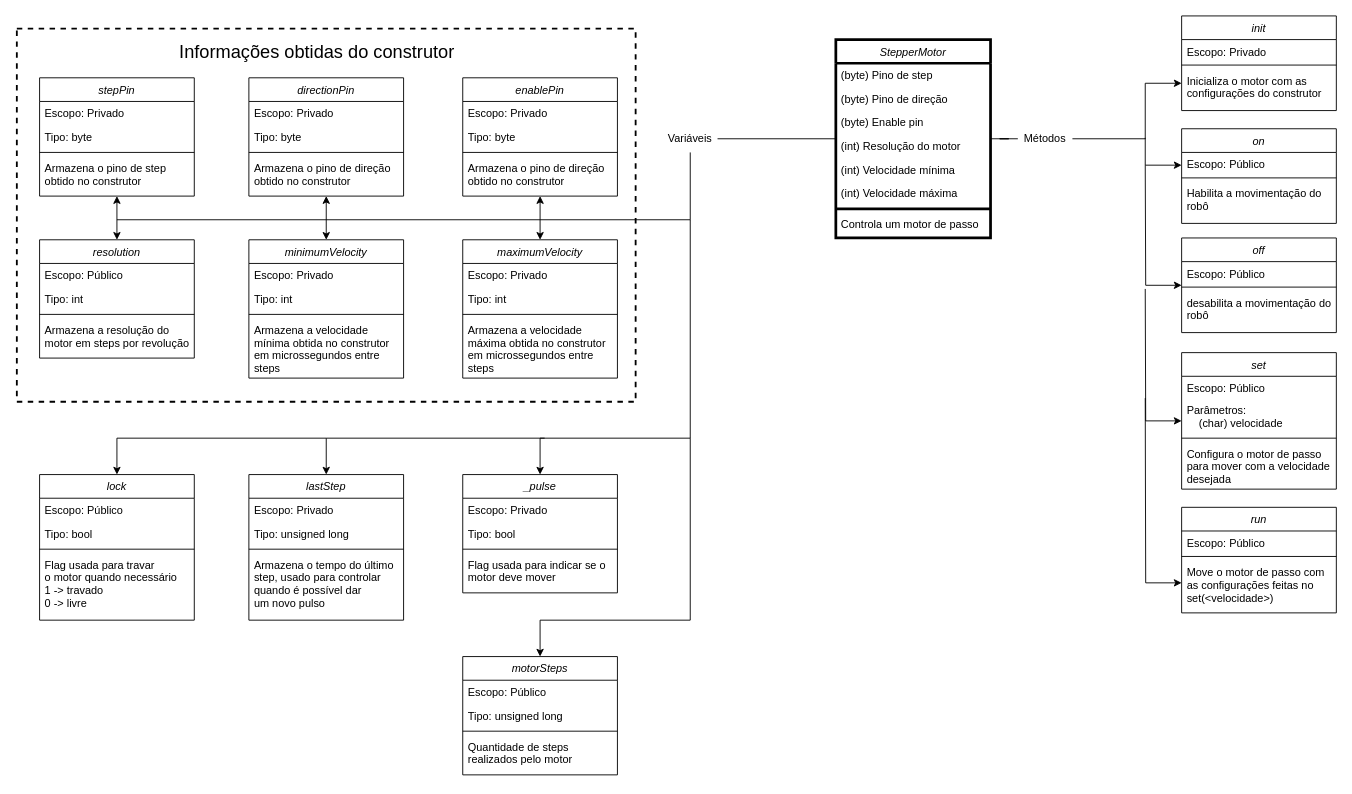
Above: ClassDiagrams/raw/StepperMotor.drawio in Eduardo-Barreto/VMRT-OBR-2022 (draw.io), before the change. Source tidied: cells renumbered, new cells numbered last; positions are measured from the earlier drawing's top-left corner, leaving out a move shared by most shapes. Both pictures are drawn from the tidied source at 91%, with x=0, y=0 at pixel (16, 15).
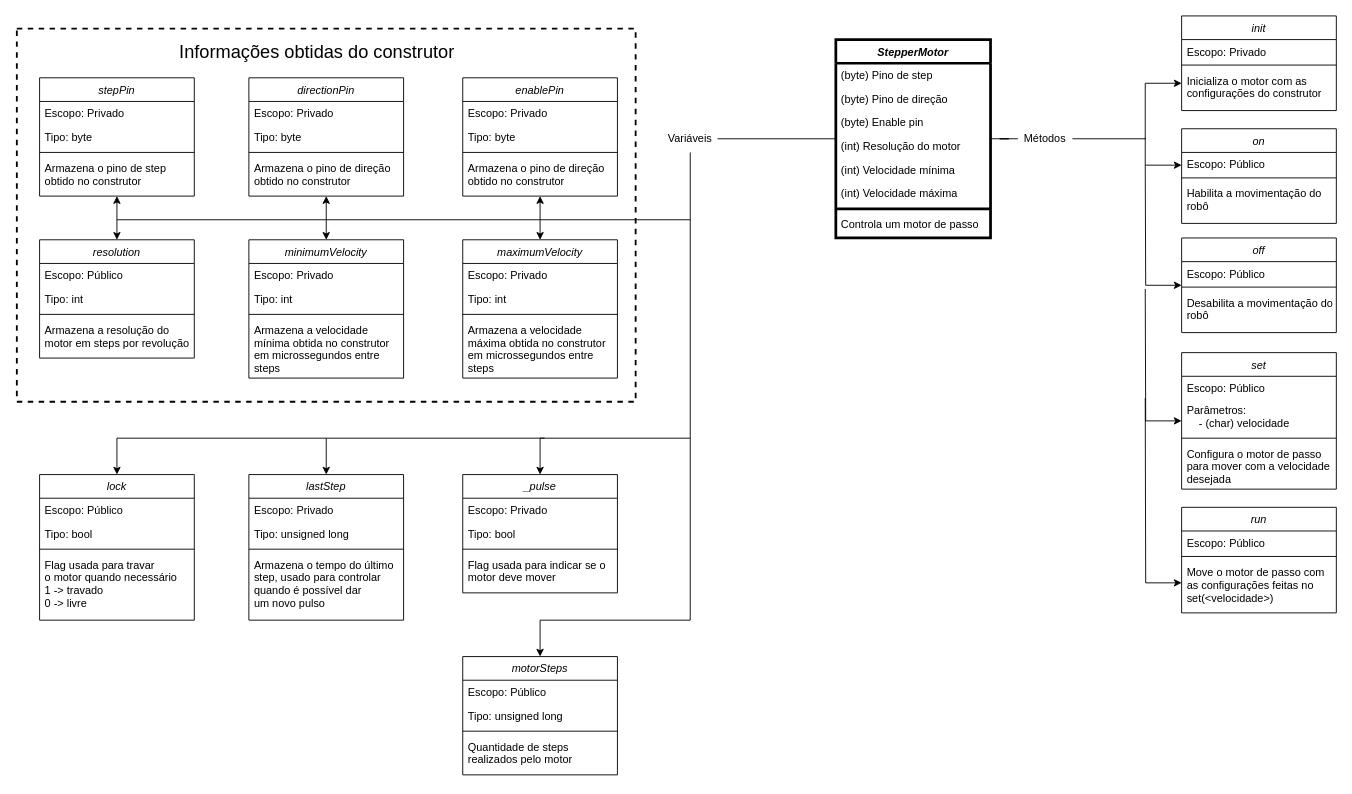
Above is the later version.

Commit message (it also covers changes not shown here):
add  light sensor class diagram

Unchanged cells that the change refers to:
```xml
<mxCell id="79" value="set" style="swimlane;fontStyle=2;align=center;verticalAlign=top;horizontal=1;startSize=26;rounded=0;shadow=0;strokeWidth=1;" parent="1" vertex="1">
  <mxGeometry x="1280" y="370" width="170" height="150" as="geometry" />
</mxCell>
<mxCell id="94" value="off" style="swimlane;fontStyle=2;align=center;verticalAlign=top;horizontal=1;startSize=26;rounded=0;shadow=0;strokeWidth=1;" parent="1" vertex="1">
  <mxGeometry x="1280" y="244" width="170" height="104" as="geometry" />
</mxCell>
```

What changed in the source:
```diff
@@
-    <mxCell id="4" value="StepperMotor" style="swimlane;fontStyle=2;align=center;verticalAlign=top;horizontal=1;startSize=26;rounded=0;shadow=0;strokeWidth=3;" parent="1" vertex="1">
+    <mxCell id="4" value="StepperMotor" style="swimlane;fontStyle=3;align=center;verticalAlign=top;horizontal=1;startSize=26;rounded=0;shadow=0;strokeWidth=3;" parent="1" vertex="1">
       <mxGeometry x="900" y="26" width="170" height="218" as="geometry" />
     </mxCell>
@@
-    <mxCell id="81" value="Parâmetros: &#10;    (char) velocidade" style="text;align=left;verticalAlign=top;spacingLeft=4;spacingRight=4;overflow=hidden;rounded=0;shadow=0;html=0;" parent="79" vertex="1">
+    <mxCell id="81" value="Parâmetros: &#10;    - (char) velocidade" style="text;align=left;verticalAlign=top;spacingLeft=4;spacingRight=4;overflow=hidden;rounded=0;shadow=0;html=0;" parent="79" vertex="1">
       <mxGeometry y="50" width="170" height="40" as="geometry" />
     </mxCell>
@@
-    <mxCell id="97" value="desabilita a movimentação do&#10;robô" style="text;align=left;verticalAlign=top;spacingLeft=4;spacingRight=4;overflow=hidden;" parent="94" vertex="1">
+    <mxCell id="97" value="Desabilita a movimentação do&#10;robô" style="text;align=left;verticalAlign=top;spacingLeft=4;spacingRight=4;overflow=hidden;" parent="94" vertex="1">
       <mxGeometry y="58" width="170" height="46" as="geometry" />
     </mxCell>
```
